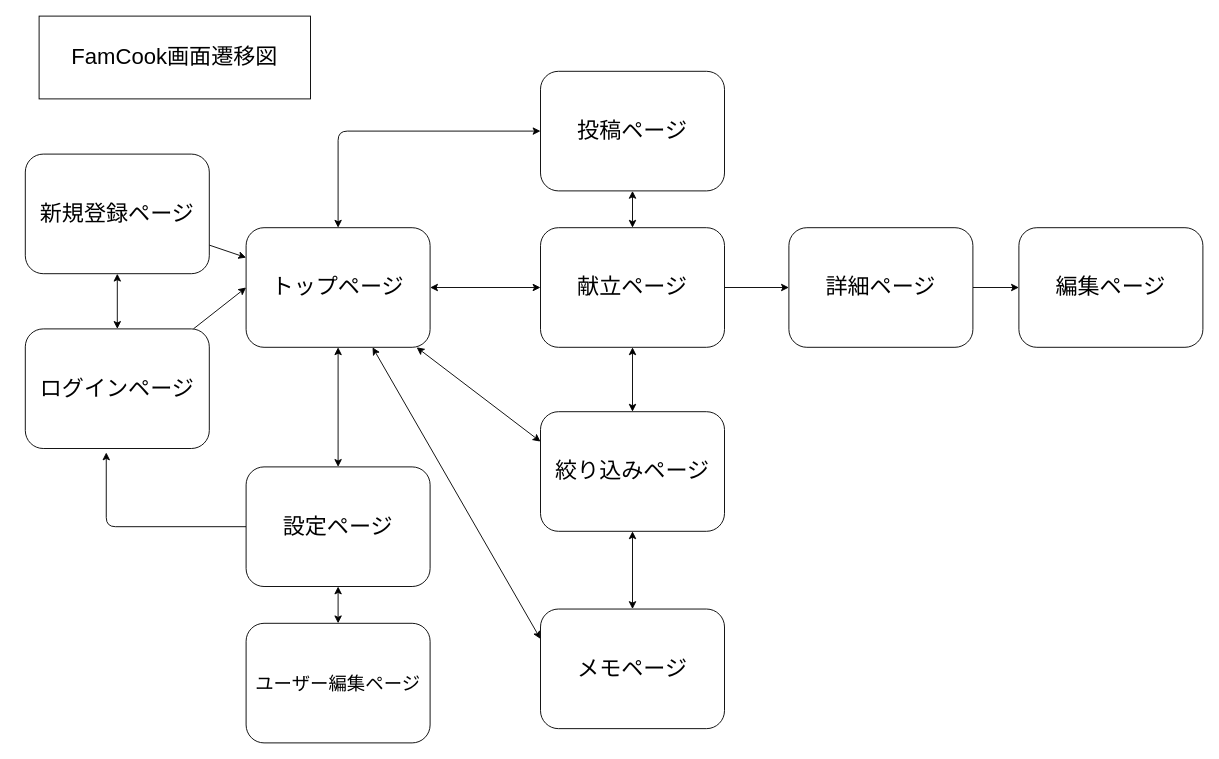
Above: .dio in Yuyakun0316/FamCook (draw.io), before the change. Source tidied: cells renumbered, new cells numbered last; positions are measured from the earlier drawing's top-left corner, leaving out a move shared by most shapes. Both pictures are drawn from the tidied source at 92%, with x=0, y=0 at pixel (25, 16).
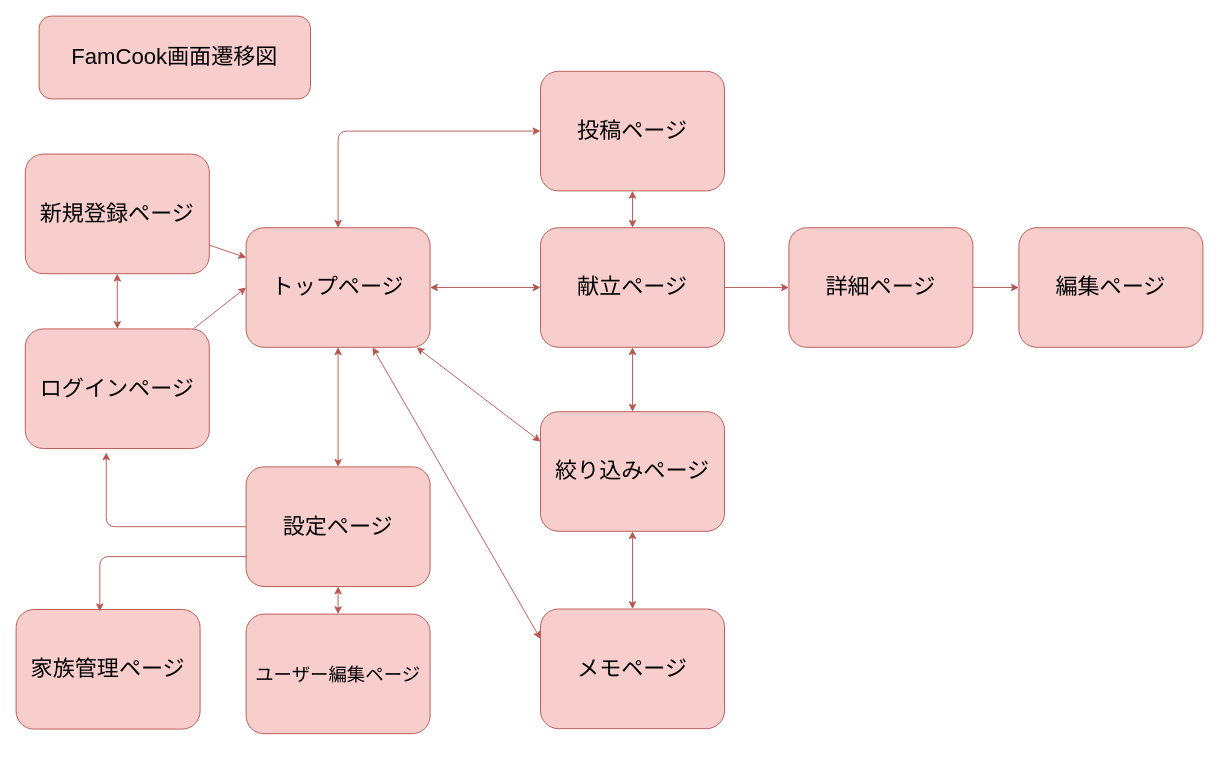
The same diagram, later.

Change to the diagram source:
```diff
@@
-    <mxCell id="2" style="edgeStyle=none;html=1;entryX=0;entryY=0.5;entryDx=0;entryDy=0;startArrow=none;startFill=0;labelBackgroundColor=#FFFFFF;" parent="1" edge="1" source="4" target="21">
+    <mxCell id="2" style="edgeStyle=none;html=1;entryX=0;entryY=0.5;entryDx=0;entryDy=0;startArrow=none;startFill=0;labelBackgroundColor=light-dark(#f8cecc, #54283f);fillColor=#f8cecc;strokeColor=#b85450;" parent="1" edge="1" source="4" target="21">
       <mxGeometry relative="1" as="geometry" />
     </mxCell>
-    <mxCell id="3" style="edgeStyle=none;html=1;entryX=0.5;entryY=1;entryDx=0;entryDy=0;startArrow=classic;startFill=1;labelBackgroundColor=#FFFFFF;" parent="1" edge="1" source="4" target="6">
+    <mxCell id="3" style="edgeStyle=none;html=1;entryX=0.5;entryY=1;entryDx=0;entryDy=0;startArrow=classic;startFill=1;labelBackgroundColor=light-dark(#f8cecc, #54283f);fillColor=#f8cecc;strokeColor=#b85450;" parent="1" edge="1" source="4" target="6">
       <mxGeometry relative="1" as="geometry" />
     </mxCell>
-    <mxCell id="4" value="&lt;font style=&quot;font-size: 24px;&quot;&gt;ログインページ&lt;/font&gt;" style="rounded=1;whiteSpace=wrap;html=1;labelBackgroundColor=#FFFFFF;" parent="1" vertex="1">
+    <mxCell id="4" value="&lt;font style=&quot;font-size: 24px;&quot;&gt;ログインページ&lt;/font&gt;" style="rounded=1;whiteSpace=wrap;html=1;labelBackgroundColor=light-dark(#f8cecc, #54283f);fillColor=#f8cecc;strokeColor=#b85450;" parent="1" vertex="1">
       <mxGeometry y="340" width="200" height="130" as="geometry" />
     </mxCell>
-    <mxCell id="5" style="edgeStyle=none;html=1;entryX=0;entryY=0.25;entryDx=0;entryDy=0;labelBackgroundColor=#FFFFFF;" parent="1" edge="1" source="6" target="21">
+    <mxCell id="5" style="edgeStyle=none;html=1;entryX=0;entryY=0.25;entryDx=0;entryDy=0;labelBackgroundColor=light-dark(#f8cecc, #54283f);fillColor=#f8cecc;strokeColor=#b85450;" parent="1" edge="1" source="6" target="21">
       <mxGeometry relative="1" as="geometry" />
     </mxCell>
-    <mxCell id="6" value="&lt;font style=&quot;font-size: 24px;&quot;&gt;新規登録ページ&lt;/font&gt;" style="rounded=1;whiteSpace=wrap;html=1;labelBackgroundColor=#FFFFFF;" parent="1" vertex="1">
+    <mxCell id="6" value="&lt;font style=&quot;font-size: 24px;&quot;&gt;新規登録ページ&lt;/font&gt;" style="rounded=1;whiteSpace=wrap;html=1;labelBackgroundColor=light-dark(#f8cecc, #54283f);fillColor=#f8cecc;strokeColor=#b85450;" parent="1" vertex="1">
       <mxGeometry y="150" width="200" height="130" as="geometry" />
     </mxCell>
-    <mxCell id="7" style="edgeStyle=none;html=1;exitX=0.5;exitY=1;exitDx=0;exitDy=0;entryX=0.5;entryY=0;entryDx=0;entryDy=0;startArrow=classic;startFill=1;fontSize=24;labelBackgroundColor=#FFFFFF;" parent="1" edge="1" source="9" target="22">
+    <mxCell id="7" style="edgeStyle=none;html=1;exitX=0.5;exitY=1;exitDx=0;exitDy=0;entryX=0.5;entryY=0;entryDx=0;entryDy=0;startArrow=classic;startFill=1;fontSize=24;labelBackgroundColor=light-dark(#f8cecc, #54283f);fillColor=#f8cecc;strokeColor=#b85450;" parent="1" edge="1" source="9" target="22">
       <mxGeometry relative="1" as="geometry" />
     </mxCell>
-    <mxCell id="8" style="edgeStyle=none;html=1;exitX=0.5;exitY=0;exitDx=0;exitDy=0;entryX=0.5;entryY=1;entryDx=0;entryDy=0;startArrow=classic;startFill=1;fontSize=24;labelBackgroundColor=#FFFFFF;" parent="1" edge="1" source="9" target="12">
+    <mxCell id="8" style="edgeStyle=none;html=1;exitX=0.5;exitY=0;exitDx=0;exitDy=0;entryX=0.5;entryY=1;entryDx=0;entryDy=0;startArrow=classic;startFill=1;fontSize=24;labelBackgroundColor=light-dark(#f8cecc, #54283f);fillColor=#f8cecc;strokeColor=#b85450;" parent="1" edge="1" source="9" target="12">
       <mxGeometry relative="1" as="geometry" />
     </mxCell>
-    <mxCell id="9" value="絞り込みページ" style="rounded=1;whiteSpace=wrap;html=1;fontSize=24;labelBackgroundColor=#FFFFFF;" parent="1" vertex="1">
+    <mxCell id="9" value="絞り込みページ" style="rounded=1;whiteSpace=wrap;html=1;fontSize=24;labelBackgroundColor=light-dark(#f8cecc, #54283f);fillColor=#f8cecc;strokeColor=#b85450;" parent="1" vertex="1">
       <mxGeometry x="560" y="430" width="200" height="130" as="geometry" />
     </mxCell>
-    <mxCell id="10" style="edgeStyle=none;html=1;exitX=0.5;exitY=0;exitDx=0;exitDy=0;entryX=0.5;entryY=1;entryDx=0;entryDy=0;startArrow=classic;startFill=1;fontSize=24;labelBackgroundColor=#FFFFFF;" parent="1" edge="1" source="12" target="15">
+    <mxCell id="10" style="edgeStyle=none;html=1;exitX=0.5;exitY=0;exitDx=0;exitDy=0;entryX=0.5;entryY=1;entryDx=0;entryDy=0;startArrow=classic;startFill=1;fontSize=24;labelBackgroundColor=light-dark(#f8cecc, #54283f);fillColor=#f8cecc;strokeColor=#b85450;" parent="1" edge="1" source="12" target="15">
       <mxGeometry relative="1" as="geometry" />
     </mxCell>
-    <mxCell id="11" style="edgeStyle=none;html=1;exitX=1;exitY=0.5;exitDx=0;exitDy=0;entryX=0;entryY=0.5;entryDx=0;entryDy=0;fontSize=24;labelBackgroundColor=#FFFFFF;" parent="1" edge="1" source="12" target="24">
+    <mxCell id="11" style="edgeStyle=none;html=1;exitX=1;exitY=0.5;exitDx=0;exitDy=0;entryX=0;entryY=0.5;entryDx=0;entryDy=0;fontSize=24;labelBackgroundColor=light-dark(#f8cecc, #54283f);fillColor=#f8cecc;strokeColor=#b85450;" parent="1" edge="1" source="12" target="24">
       <mxGeometry relative="1" as="geometry" />
     </mxCell>
-    <mxCell id="12" value="献立ページ" style="rounded=1;whiteSpace=wrap;html=1;fontSize=24;labelBackgroundColor=#FFFFFF;" parent="1" vertex="1">
+    <mxCell id="12" value="献立ページ" style="rounded=1;whiteSpace=wrap;html=1;fontSize=24;labelBackgroundColor=light-dark(#f8cecc, #54283f);fillColor=#f8cecc;strokeColor=#b85450;" parent="1" vertex="1">
       <mxGeometry x="560" y="230" width="200" height="130" as="geometry" />
     </mxCell>
-    <mxCell id="13" style="edgeStyle=orthogonalEdgeStyle;html=1;entryX=0.44;entryY=1.033;entryDx=0;entryDy=0;entryPerimeter=0;labelBackgroundColor=#FFFFFF;" parent="1" edge="1" source="14" target="4">
+    <mxCell id="13" style="edgeStyle=orthogonalEdgeStyle;html=1;entryX=0.44;entryY=1.033;entryDx=0;entryDy=0;entryPerimeter=0;labelBackgroundColor=light-dark(#f8cecc, #54283f);fillColor=#f8cecc;strokeColor=#b85450;" parent="1" edge="1" source="14" target="4">
       <mxGeometry relative="1" as="geometry" />
     </mxCell>
-    <mxCell id="14" value="&lt;font style=&quot;font-size: 24px;&quot;&gt;設定ページ&lt;/font&gt;" style="rounded=1;whiteSpace=wrap;html=1;labelBackgroundColor=#FFFFFF;" parent="1" vertex="1">
+    <mxCell id="14" value="&lt;font style=&quot;font-size: 24px;&quot;&gt;設定ページ&lt;/font&gt;" style="rounded=1;whiteSpace=wrap;html=1;labelBackgroundColor=light-dark(#f8cecc, #54283f);fillColor=#f8cecc;strokeColor=#b85450;" parent="1" vertex="1">
       <mxGeometry x="240" y="490" width="200" height="130" as="geometry" />
     </mxCell>
-    <mxCell id="15" value="投稿ページ" style="rounded=1;whiteSpace=wrap;html=1;fontSize=24;labelBackgroundColor=#FFFFFF;" parent="1" vertex="1">
+    <mxCell id="15" value="投稿ページ" style="rounded=1;whiteSpace=wrap;html=1;fontSize=24;labelBackgroundColor=light-dark(#f8cecc, #54283f);fillColor=#f8cecc;strokeColor=#b85450;" parent="1" vertex="1">
       <mxGeometry x="560" y="60" width="200" height="130" as="geometry" />
     </mxCell>
-    <mxCell id="16" style="edgeStyle=none;html=1;entryX=0.5;entryY=0;entryDx=0;entryDy=0;startArrow=classic;startFill=1;fontSize=24;labelBackgroundColor=#FFFFFF;" parent="1" edge="1" source="21" target="14">
+    <mxCell id="16" style="edgeStyle=none;html=1;entryX=0.5;entryY=0;entryDx=0;entryDy=0;startArrow=classic;startFill=1;fontSize=24;labelBackgroundColor=light-dark(#f8cecc, #54283f);fillColor=#f8cecc;strokeColor=#b85450;" parent="1" edge="1" source="21" target="14">
       <mxGeometry relative="1" as="geometry" />
     </mxCell>
-    <mxCell id="17" style="html=1;entryX=0;entryY=0.25;entryDx=0;entryDy=0;startArrow=classic;startFill=1;fontSize=24;labelBackgroundColor=#FFFFFF;" parent="1" edge="1" source="21" target="22">
+    <mxCell id="17" style="html=1;entryX=0;entryY=0.25;entryDx=0;entryDy=0;startArrow=classic;startFill=1;fontSize=24;labelBackgroundColor=light-dark(#f8cecc, #54283f);fillColor=#f8cecc;strokeColor=#b85450;" parent="1" edge="1" source="21" target="22">
       <mxGeometry relative="1" as="geometry" />
     </mxCell>
-    <mxCell id="18" style="edgeStyle=none;html=1;entryX=0;entryY=0.25;entryDx=0;entryDy=0;startArrow=classic;startFill=1;fontSize=24;labelBackgroundColor=#FFFFFF;" parent="1" edge="1" source="21" target="9">
+    <mxCell id="18" style="edgeStyle=none;html=1;entryX=0;entryY=0.25;entryDx=0;entryDy=0;startArrow=classic;startFill=1;fontSize=24;labelBackgroundColor=light-dark(#f8cecc, #54283f);fillColor=#f8cecc;strokeColor=#b85450;" parent="1" edge="1" source="21" target="9">
       <mxGeometry relative="1" as="geometry" />
     </mxCell>
-    <mxCell id="19" style="edgeStyle=none;html=1;exitX=1;exitY=0.5;exitDx=0;exitDy=0;entryX=0;entryY=0.5;entryDx=0;entryDy=0;startArrow=classic;startFill=1;fontSize=24;labelBackgroundColor=#FFFFFF;" parent="1" edge="1" source="21" target="12">
+    <mxCell id="19" style="edgeStyle=none;html=1;exitX=1;exitY=0.5;exitDx=0;exitDy=0;entryX=0;entryY=0.5;entryDx=0;entryDy=0;startArrow=classic;startFill=1;fontSize=24;labelBackgroundColor=light-dark(#f8cecc, #54283f);fillColor=#f8cecc;strokeColor=#b85450;" parent="1" edge="1" source="21" target="12">
       <mxGeometry relative="1" as="geometry" />
     </mxCell>
-    <mxCell id="20" style="edgeStyle=orthogonalEdgeStyle;html=1;entryX=0;entryY=0.5;entryDx=0;entryDy=0;startArrow=classic;startFill=1;exitX=0.5;exitY=0;exitDx=0;exitDy=0;fontSize=24;labelBackgroundColor=#FFFFFF;" parent="1" edge="1" source="21" target="15">
+    <mxCell id="20" style="edgeStyle=orthogonalEdgeStyle;html=1;entryX=0;entryY=0.5;entryDx=0;entryDy=0;startArrow=classic;startFill=1;exitX=0.5;exitY=0;exitDx=0;exitDy=0;fontSize=24;labelBackgroundColor=light-dark(#f8cecc, #54283f);fillColor=#f8cecc;strokeColor=#b85450;" parent="1" edge="1" source="21" target="15">
       <mxGeometry relative="1" as="geometry" />
     </mxCell>
-    <mxCell id="21" value="&lt;font style=&quot;font-size: 24px;&quot;&gt;トップページ&lt;/font&gt;" style="rounded=1;whiteSpace=wrap;html=1;labelBackgroundColor=#FFFFFF;" parent="1" vertex="1">
+    <mxCell id="21" value="&lt;font style=&quot;font-size: 24px;&quot;&gt;トップページ&lt;/font&gt;" style="rounded=1;whiteSpace=wrap;html=1;labelBackgroundColor=light-dark(#f8cecc, #54283f);fillColor=#f8cecc;strokeColor=#b85450;" parent="1" vertex="1">
       <mxGeometry x="240" y="230" width="200" height="130" as="geometry" />
     </mxCell>
-    <mxCell id="22" value="メモページ" style="rounded=1;whiteSpace=wrap;html=1;fontSize=24;labelBackgroundColor=#FFFFFF;" parent="1" vertex="1">
+    <mxCell id="22" value="メモページ" style="rounded=1;whiteSpace=wrap;html=1;fontSize=24;labelBackgroundColor=light-dark(#f8cecc, #54283f);fillColor=#f8cecc;strokeColor=#b85450;" parent="1" vertex="1">
       <mxGeometry x="560" y="644.5" width="200" height="130" as="geometry" />
     </mxCell>
-    <mxCell id="23" style="edgeStyle=none;html=1;exitX=1;exitY=0.5;exitDx=0;exitDy=0;entryX=0;entryY=0.5;entryDx=0;entryDy=0;fontSize=24;labelBackgroundColor=#FFFFFF;" parent="1" edge="1" source="24" target="25">
+    <mxCell id="23" style="edgeStyle=none;html=1;exitX=1;exitY=0.5;exitDx=0;exitDy=0;entryX=0;entryY=0.5;entryDx=0;entryDy=0;fontSize=24;labelBackgroundColor=light-dark(#f8cecc, #54283f);fillColor=#f8cecc;strokeColor=#b85450;" parent="1" edge="1" source="24" target="25">
       <mxGeometry relative="1" as="geometry" />
     </mxCell>
-    <mxCell id="24" value="詳細ページ" style="rounded=1;whiteSpace=wrap;html=1;fontSize=24;labelBackgroundColor=#FFFFFF;" parent="1" vertex="1">
+    <mxCell id="24" value="詳細ページ" style="rounded=1;whiteSpace=wrap;html=1;fontSize=24;labelBackgroundColor=light-dark(#f8cecc, #54283f);fillColor=#f8cecc;strokeColor=#b85450;" parent="1" vertex="1">
       <mxGeometry x="830" y="230" width="200" height="130" as="geometry" />
     </mxCell>
-    <mxCell id="25" value="編集ページ" style="rounded=1;whiteSpace=wrap;html=1;fontSize=24;labelBackgroundColor=#FFFFFF;" parent="1" vertex="1">
+    <mxCell id="25" value="編集ページ" style="rounded=1;whiteSpace=wrap;html=1;fontSize=24;labelBackgroundColor=light-dark(#f8cecc, #54283f);fillColor=#f8cecc;strokeColor=#b85450;" parent="1" vertex="1">
       <mxGeometry x="1080" y="230" width="200" height="130" as="geometry" />
     </mxCell>
-    <mxCell id="26" style="edgeStyle=none;html=1;entryX=0.5;entryY=1;entryDx=0;entryDy=0;startArrow=classic;startFill=1;fontSize=24;labelBackgroundColor=#FFFFFF;" parent="1" edge="1" source="27" target="14">
+    <mxCell id="26" style="edgeStyle=none;html=1;entryX=0.5;entryY=1;entryDx=0;entryDy=0;startArrow=classic;startFill=1;fontSize=24;labelBackgroundColor=light-dark(#f8cecc, #54283f);fillColor=#f8cecc;strokeColor=#b85450;" parent="1" edge="1" source="27" target="14">
       <mxGeometry relative="1" as="geometry" />
     </mxCell>
-    <mxCell id="27" value="&lt;font style=&quot;font-size: 20px;&quot;&gt;ユーザー編集ページ&lt;/font&gt;" style="rounded=1;whiteSpace=wrap;html=1;labelBackgroundColor=#FFFFFF;" parent="1" vertex="1">
-      <mxGeometry x="240" y="660" width="200" height="130" as="geometry" />
+    <mxCell id="27" value="&lt;font style=&quot;font-size: 20px;&quot;&gt;ユーザー編集ページ&lt;/font&gt;" style="rounded=1;whiteSpace=wrap;html=1;labelBackgroundColor=light-dark(#f8cecc, #54283f);fillColor=#f8cecc;strokeColor=#b85450;" parent="1" vertex="1">
+      <mxGeometry x="240" y="650" width="200" height="130" as="geometry" />
     </mxCell>
-    <mxCell id="28" value="&lt;font style=&quot;font-size: 24px;&quot;&gt;FamCook画面遷移図&lt;/font&gt;" style="whiteSpace=wrap;html=1;" parent="1" vertex="1">
+    <mxCell id="28" value="&lt;font style=&quot;font-size: 24px;&quot;&gt;FamCook画面遷移図&lt;/font&gt;" style="whiteSpace=wrap;html=1;rounded=1;labelBackgroundColor=light-dark(#f8cecc, #54283f);fillColor=#f8cecc;strokeColor=#b85450;" parent="1" vertex="1">
       <mxGeometry x="15" width="295" height="90" as="geometry" />
     </mxCell>
+    <mxCell id="29" value="&lt;span style=&quot;font-size: 24px;&quot;&gt;家族管理ページ&lt;/span&gt;" style="rounded=1;whiteSpace=wrap;html=1;labelBackgroundColor=light-dark(#f8cecc, #54283f);fillColor=#f8cecc;strokeColor=#b85450;" parent="1" vertex="1">
+      <mxGeometry x="-10" y="645" width="200" height="130" as="geometry" />
+    </mxCell>
+    <mxCell id="30" style="edgeStyle=orthogonalEdgeStyle;html=1;exitX=0;exitY=0.75;exitDx=0;exitDy=0;entryX=0.455;entryY=0.015;entryDx=0;entryDy=0;entryPerimeter=0;fillColor=#f8cecc;strokeColor=#b85450;labelBackgroundColor=light-dark(#f8cecc, #54283f);" parent="1" edge="1" source="14" target="29">
+      <mxGeometry relative="1" as="geometry" />
+    </mxCell>
```
